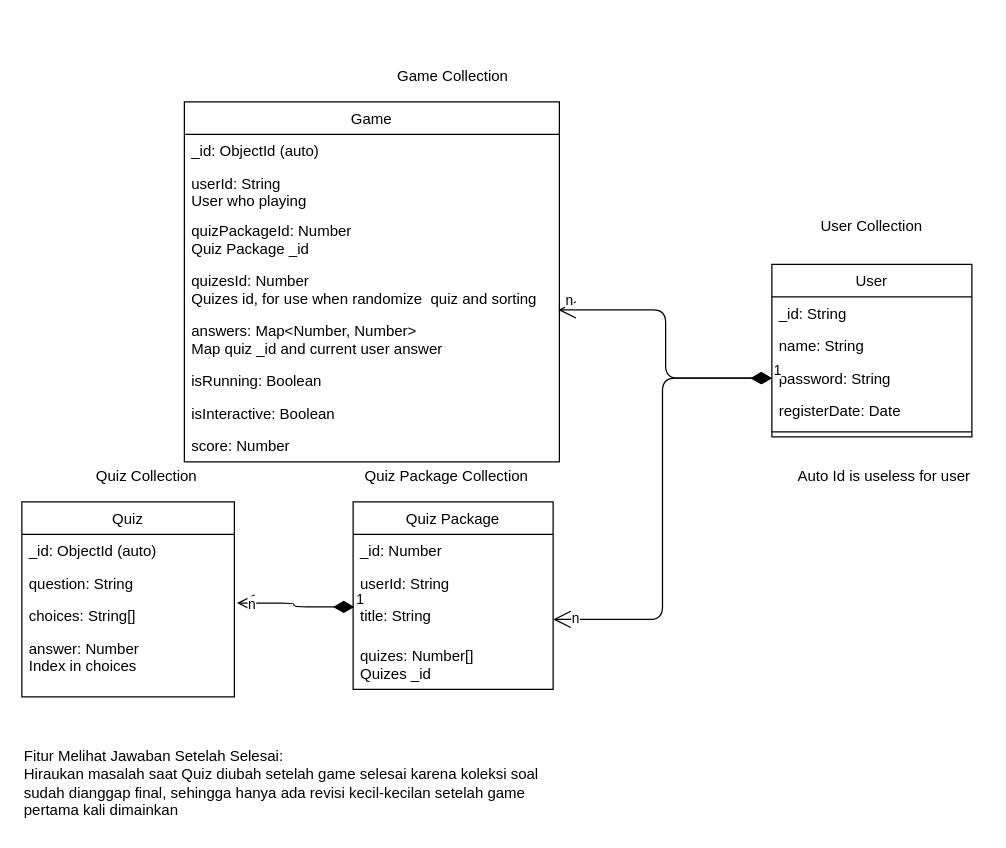
The draw.io diagram page "Database Architecture" (1 of 4) of Design.drawio in levirs565/quizx, before the edit. Source tidied: cells renumbered, new cells numbered last; positions are measured from the earlier drawing's top-left corner, leaving out a move shared by most shapes. Both pictures are drawn from the tidied source at 125%, with x=0, y=0 at pixel (21, 64).
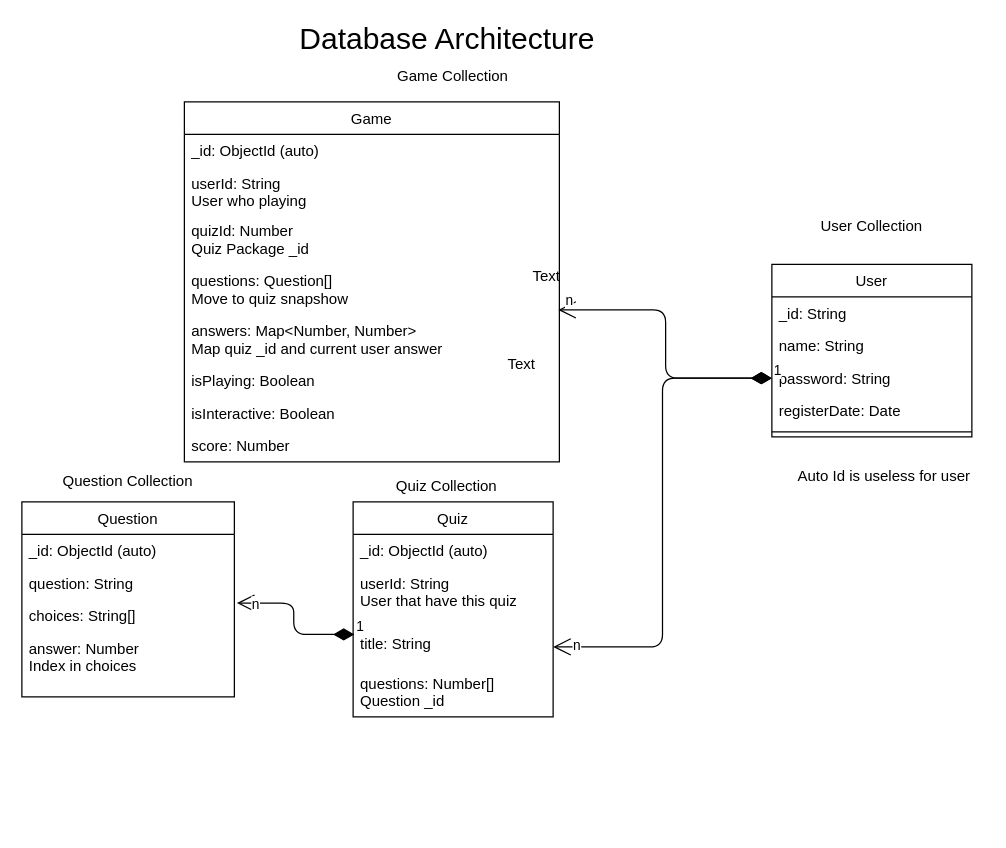
Above is the later version.

Unchanged cells that the change refers to:
```xml
<mxCell id="12" value="Game" style="swimlane;fontStyle=0;align=center;verticalAlign=top;horizontal=1;startSize=26;" parent="1" vertex="1">
  <mxGeometry x="130" y="30" width="300" height="288" as="geometry" />
</mxCell>
```

Diff of the diagram source:
```diff
@@
-    <mxCell id="2" value="Quiz" style="swimlane;fontStyle=0;align=center;verticalAlign=top;horizontal=1;startSize=26;rounded=0;shadow=0;strokeWidth=1;" parent="1" vertex="1">
+    <mxCell id="2" value="Question" style="swimlane;fontStyle=0;align=center;verticalAlign=top;horizontal=1;startSize=26;rounded=0;shadow=0;strokeWidth=1;" parent="1" vertex="1">
       <mxGeometry y="350" width="170" height="156" as="geometry" />
     </mxCell>
@@
-    <mxCell id="7" value="Quiz Package" style="swimlane;fontStyle=0;align=center;verticalAlign=top;horizontal=1;startSize=26;rounded=0;shadow=0;strokeWidth=1;" parent="1" vertex="1">
-      <mxGeometry x="265" y="350" width="160" height="150" as="geometry" />
+    <mxCell id="7" value="Quiz" style="swimlane;fontStyle=0;align=center;verticalAlign=top;horizontal=1;startSize=26;rounded=0;shadow=0;strokeWidth=1;" parent="1" vertex="1">
+      <mxGeometry x="265" y="350" width="160" height="172" as="geometry" />
     </mxCell>
-    <mxCell id="8" value="_id: Number" style="text;strokeColor=none;fillColor=none;align=left;verticalAlign=top;spacingLeft=4;spacingRight=4;overflow=hidden;" parent="7" vertex="1">
+    <mxCell id="8" value="_id: ObjectId (auto)" style="text;strokeColor=none;fillColor=none;align=left;verticalAlign=top;spacingLeft=4;spacingRight=4;overflow=hidden;" parent="7" vertex="1">
       <mxGeometry y="26" width="160" height="26" as="geometry" />
     </mxCell>
-    <mxCell id="9" value="userId: String" style="text;strokeColor=none;fillColor=none;align=left;verticalAlign=top;spacingLeft=4;spacingRight=4;overflow=hidden;" parent="7" vertex="1">
-      <mxGeometry y="52" width="160" height="26" as="geometry" />
+    <mxCell id="9" value="userId: String&#10;User that have this quiz" style="text;strokeColor=none;fillColor=none;align=left;verticalAlign=top;spacingLeft=4;spacingRight=4;overflow=hidden;" parent="7" vertex="1">
+      <mxGeometry y="52" width="160" height="48" as="geometry" />
     </mxCell>
     <mxCell id="10" value="title: String" style="text;align=left;verticalAlign=top;spacingLeft=4;spacingRight=4;overflow=hidden;points=[[0,0.5],[1,0.5]];portConstraint=eastwest;" parent="7" vertex="1">
-      <mxGeometry y="78" width="160" height="32" as="geometry" />
+      <mxGeometry y="100" width="160" height="32" as="geometry" />
     </mxCell>
-    <mxCell id="11" value="quizes: Number[]&#10;Quizes _id" style="text;align=left;verticalAlign=top;spacingLeft=4;spacingRight=4;overflow=hidden;rounded=0;shadow=0;html=0;" parent="7" vertex="1">
-      <mxGeometry y="110" width="160" height="40" as="geometry" />
+    <mxCell id="11" value="questions: Number[]&#10;Question _id" style="text;align=left;verticalAlign=top;spacingLeft=4;spacingRight=4;overflow=hidden;rounded=0;shadow=0;html=0;" parent="7" vertex="1">
+      <mxGeometry y="132" width="160" height="40" as="geometry" />
     </mxCell>
@@
-    <mxCell id="15" value="quizPackageId: Number&#10;Quiz Package _id" style="text;strokeColor=none;fillColor=none;align=left;verticalAlign=top;spacingLeft=4;spacingRight=4;overflow=hidden;" parent="12" vertex="1">
+    <mxCell id="15" value="quizId: Number&#10;Quiz Package _id" style="text;strokeColor=none;fillColor=none;align=left;verticalAlign=top;spacingLeft=4;spacingRight=4;overflow=hidden;" parent="12" vertex="1">
       <mxGeometry y="90" width="300" height="40" as="geometry" />
     </mxCell>
-    <mxCell id="16" value="quizesId: Number&#10;Quizes id, for use when randomize  quiz and sorting" style="text;strokeColor=none;fillColor=none;align=left;verticalAlign=top;spacingLeft=4;spacingRight=4;overflow=hidden;" parent="12" vertex="1">
+    <mxCell id="16" value="questions: Question[]&#10;Move to quiz snapshow" style="text;strokeColor=none;fillColor=none;align=left;verticalAlign=top;spacingLeft=4;spacingRight=4;overflow=hidden;" parent="12" vertex="1">
       <mxGeometry y="130" width="300" height="40" as="geometry" />
     </mxCell>
@@
-    <mxCell id="18" value="isRunning: Boolean" style="text;strokeColor=none;fillColor=none;align=left;verticalAlign=top;spacingLeft=4;spacingRight=4;overflow=hidden;" parent="12" vertex="1">
+    <mxCell id="18" value="isPlaying: Boolean" style="text;strokeColor=none;fillColor=none;align=left;verticalAlign=top;spacingLeft=4;spacingRight=4;overflow=hidden;" parent="12" vertex="1">
       <mxGeometry y="210" width="300" height="26" as="geometry" />
     </mxCell>
@@
-    <mxCell id="21" value="Quiz Collection" style="text;html=1;strokeColor=none;fillColor=none;align=center;verticalAlign=middle;whiteSpace=wrap;rounded=0;" parent="1" vertex="1">
-      <mxGeometry x="50" y="320" width="100" height="20" as="geometry" />
+    <mxCell id="21" value="Question Collection" style="text;html=1;strokeColor=none;fillColor=none;align=center;verticalAlign=middle;whiteSpace=wrap;rounded=0;" parent="1" vertex="1">
+      <mxGeometry x="20" y="324" width="130" height="20" as="geometry" />
     </mxCell>
-    <mxCell id="22" value="Quiz Package Collection" style="text;html=1;strokeColor=none;fillColor=none;align=center;verticalAlign=middle;whiteSpace=wrap;rounded=0;" parent="1" vertex="1">
-      <mxGeometry x="265" y="320" width="150" height="20" as="geometry" />
+    <mxCell id="22" value="Quiz Collection" style="text;html=1;strokeColor=none;fillColor=none;align=center;verticalAlign=middle;whiteSpace=wrap;rounded=0;" parent="1" vertex="1">
+      <mxGeometry x="265" y="328" width="150" height="20" as="geometry" />
     </mxCell>
@@
-    <mxCell id="38" value="Fitur Melihat Jawaban Setelah Selesai:&lt;br&gt;Hiraukan masalah saat Quiz diubah setelah game selesai karena koleksi soal sudah dianggap final, sehingga hanya ada revisi kecil-kecilan setelah game pertama kali dimainkan" style="text;html=1;strokeColor=none;fillColor=none;align=left;verticalAlign=top;whiteSpace=wrap;rounded=0;" parent="1" vertex="1">
-      <mxGeometry y="540" width="430" height="70" as="geometry" />
-    </mxCell>
+    <mxCell id="39" value="Text" style="text;html=1;strokeColor=none;fillColor=none;align=center;verticalAlign=middle;whiteSpace=wrap;rounded=0;" parent="1" vertex="1">
+      <mxGeometry x="380" y="230" width="40" height="20" as="geometry" />
+    </mxCell>
+    <mxCell id="40" value="Text" style="text;html=1;strokeColor=none;fillColor=none;align=center;verticalAlign=middle;whiteSpace=wrap;rounded=0;" parent="1" vertex="1">
+      <mxGeometry x="400" y="160" width="40" height="20" as="geometry" />
+    </mxCell>
+    <mxCell id="41" value="Database Architecture" style="text;html=1;strokeColor=none;fillColor=none;align=center;verticalAlign=middle;whiteSpace=wrap;rounded=0;fontSize=24;" parent="1" vertex="1">
+      <mxGeometry x="182.5" y="-30" width="315" height="20" as="geometry" />
+    </mxCell>
```
